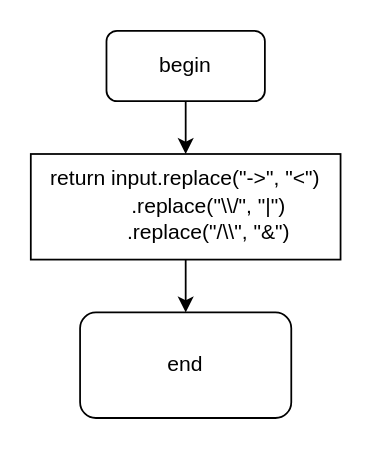
Before: LabsLOIS/FirstLab/schemes/change.drawio in L1x0/LabsBSUIR, a draw.io diagram. Source tidied: cells renumbered, new cells numbered last; positions are measured from the earlier drawing's top-left corner, leaving out a move shared by most shapes. Both pictures are drawn from the tidied source at 176%, with x=0, y=0 at pixel (30, 30).
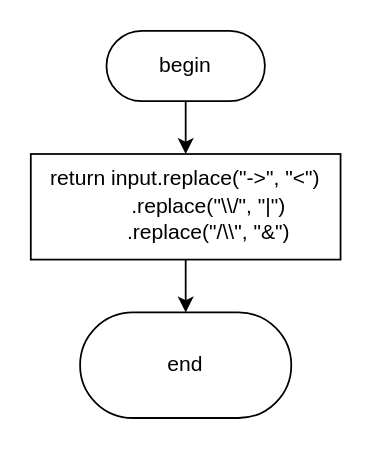
The same page after the edit.

Diff of the diagram source:
```diff
@@
 <mxGraphModel>
   <root>
     <mxCell id="0" />
     <mxCell id="1" parent="0" />
     <mxCell id="2" style="edgeStyle=orthogonalEdgeStyle;rounded=0;jettySize=auto;html=1;entryX=0.5;entryY=0;entryDx=0;entryDy=0;" parent="1" edge="1" source="3" target="5">
       <mxGeometry relative="1" as="geometry" />
     </mxCell>
-    <mxCell id="3" value="begin" style="rounded=1;whiteSpace=wrap;html=1;" parent="1" vertex="1">
+    <mxCell id="3" value="begin" style="rounded=1;whiteSpace=wrap;html=1;arcSize=50;" parent="1" vertex="1">
       <mxGeometry x="43" width="90" height="40" as="geometry" />
     </mxCell>
     <mxCell id="4" style="edgeStyle=orthogonalEdgeStyle;rounded=0;jettySize=auto;html=1;entryX=0.5;entryY=0;entryDx=0;entryDy=0;" parent="1" edge="1" source="5" target="6">
       <mxGeometry relative="1" as="geometry" />
     </mxCell>
     <mxCell id="5" value="&lt;div style=&quot;&quot;&gt;&lt;pre style=&quot;&quot;&gt;&lt;p style=&quot;&quot;&gt;&lt;font style=&quot;color: rgb(0, 0, 0);&quot; face=&quot;Helvetica&quot;&gt;return input.replace(&quot;-&amp;gt;&quot;, &quot;&amp;lt;&quot;)&lt;br&gt;        .replace(&quot;\\/&quot;, &quot;|&quot;)&lt;br&gt;        .replace(&quot;/\\&quot;, &quot;&amp;amp;&quot;)&lt;/font&gt;&lt;/p&gt;&lt;/pre&gt;&lt;/div&gt;" style="rounded=0;whiteSpace=wrap;html=1;" parent="1" vertex="1">
       <mxGeometry y="70" width="176" height="60" as="geometry" />
     </mxCell>
-    <mxCell id="6" value="end" style="rounded=1;whiteSpace=wrap;html=1;" parent="1" vertex="1">
+    <mxCell id="6" value="end" style="rounded=1;whiteSpace=wrap;html=1;arcSize=50;" parent="1" vertex="1">
       <mxGeometry x="28" y="160" width="120" height="60" as="geometry" />
     </mxCell>
   </root>
 </mxGraphModel>
```
